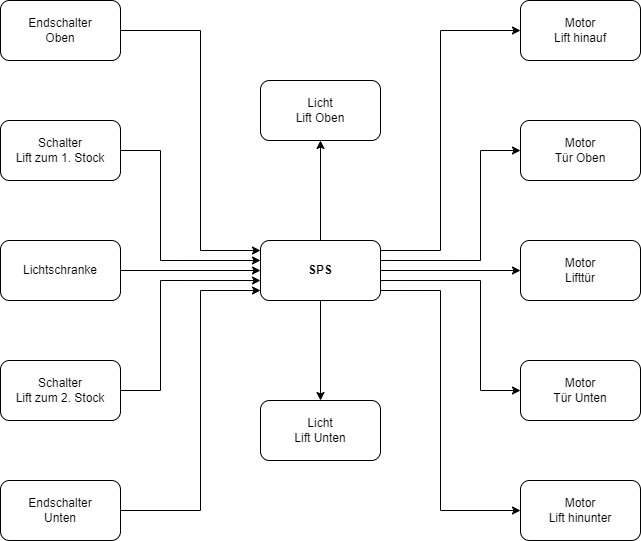
Before: images/Blockschaltbild.png, a diagram exported from draw.io (hampoelz/HTL_Lastenlift). Source tidied: cells renumbered, new cells last; positions are measured from the earlier drawing's top-left corner, leaving out a move shared by most shapes. The source it was exported from:
```xml
<mxGraphModel>
  <root>
    <mxCell id="0" />
    <mxCell id="1" parent="0" />
    <mxCell id="2" value="SPS" style="rounded=1;whiteSpace=wrap;html=1;fontStyle=1;" parent="1" vertex="1">
      <mxGeometry x="260" y="240" width="120" height="60" as="geometry" />
    </mxCell>
    <mxCell id="3" value="Licht&lt;br&gt;Lift Oben" style="rounded=1;whiteSpace=wrap;html=1;" parent="1" vertex="1">
      <mxGeometry x="260" y="80" width="120" height="60" as="geometry" />
    </mxCell>
    <mxCell id="4" value="Licht&lt;br&gt;Lift Unten" style="rounded=1;whiteSpace=wrap;html=1;" parent="1" vertex="1">
      <mxGeometry x="260" y="400" width="120" height="60" as="geometry" />
    </mxCell>
    <mxCell id="5" value="Schalter&lt;br&gt;Lift zum 1. Stock" style="rounded=1;whiteSpace=wrap;html=1;" parent="1" vertex="1">
      <mxGeometry y="120" width="120" height="60" as="geometry" />
    </mxCell>
    <mxCell id="6" value="Lichtschranke" style="rounded=1;whiteSpace=wrap;html=1;" parent="1" vertex="1">
      <mxGeometry y="240" width="120" height="60" as="geometry" />
    </mxCell>
    <mxCell id="7" value="Endschalter&lt;br&gt;Oben" style="rounded=1;whiteSpace=wrap;html=1;" parent="1" vertex="1">
      <mxGeometry width="120" height="60" as="geometry" />
    </mxCell>
    <mxCell id="8" value="Schalter&lt;br&gt;Lift zum 2. Stock" style="rounded=1;whiteSpace=wrap;html=1;" parent="1" vertex="1">
      <mxGeometry y="360" width="120" height="60" as="geometry" />
    </mxCell>
    <mxCell id="9" value="Endschalter&lt;br&gt;Unten" style="rounded=1;whiteSpace=wrap;html=1;" parent="1" vertex="1">
      <mxGeometry y="480" width="120" height="60" as="geometry" />
    </mxCell>
    <mxCell id="10" value="Motor&lt;br&gt;Tür Oben" style="rounded=1;whiteSpace=wrap;html=1;" parent="1" vertex="1">
      <mxGeometry x="520" y="120" width="120" height="60" as="geometry" />
    </mxCell>
    <mxCell id="11" value="Motor&lt;br&gt;Lifttür" style="rounded=1;whiteSpace=wrap;html=1;" parent="1" vertex="1">
      <mxGeometry x="520" y="240" width="120" height="60" as="geometry" />
    </mxCell>
    <mxCell id="12" value="Motor&lt;br&gt;Lift hinauf" style="rounded=1;whiteSpace=wrap;html=1;" parent="1" vertex="1">
      <mxGeometry x="520" width="120" height="60" as="geometry" />
    </mxCell>
    <mxCell id="13" value="Motor&lt;br&gt;Tür Unten" style="rounded=1;whiteSpace=wrap;html=1;" parent="1" vertex="1">
      <mxGeometry x="520" y="360" width="120" height="60" as="geometry" />
    </mxCell>
    <mxCell id="14" value="Motor&lt;br&gt;Lift hinunter" style="rounded=1;whiteSpace=wrap;html=1;" parent="1" vertex="1">
      <mxGeometry x="520" y="480" width="120" height="60" as="geometry" />
    </mxCell>
    <mxCell id="15" style="endArrow=classic;html=1;rounded=0;exitX=1;exitY=0.5;exitDx=0;exitDy=0;entryX=0;entryY=0.167;entryDx=0;entryDy=0;entryPerimeter=0;" parent="1" edge="1" source="7" target="2">
      <mxGeometry relative="1" as="geometry">
        <Array as="points">
          <mxPoint x="200" y="30" />
          <mxPoint x="200" y="250" />
        </Array>
      </mxGeometry>
    </mxCell>
    <mxCell id="16" style="endArrow=classic;html=1;rounded=0;exitX=1;exitY=0.5;exitDx=0;exitDy=0;entryX=0;entryY=0.333;entryDx=0;entryDy=0;entryPerimeter=0;" parent="1" edge="1" source="5" target="2">
      <mxGeometry relative="1" as="geometry">
        <Array as="points">
          <mxPoint x="160" y="150" />
          <mxPoint x="160" y="260" />
        </Array>
      </mxGeometry>
    </mxCell>
    <mxCell id="17" style="endArrow=classic;html=1;rounded=0;exitX=1;exitY=0.5;exitDx=0;exitDy=0;entryX=0;entryY=0.5;entryDx=0;entryDy=0;" parent="1" edge="1" source="6" target="2">
      <mxGeometry relative="1" as="geometry" />
    </mxCell>
    <mxCell id="18" style="endArrow=classic;html=1;rounded=0;exitX=1;exitY=0.5;exitDx=0;exitDy=0;entryX=0;entryY=0.667;entryDx=0;entryDy=0;entryPerimeter=0;" parent="1" edge="1" source="8" target="2">
      <mxGeometry relative="1" as="geometry">
        <Array as="points">
          <mxPoint x="160" y="390" />
          <mxPoint x="160" y="280" />
        </Array>
      </mxGeometry>
    </mxCell>
    <mxCell id="19" style="endArrow=classic;html=1;rounded=0;exitX=1;exitY=0.5;exitDx=0;exitDy=0;" parent="1" edge="1" source="9">
      <mxGeometry relative="1" as="geometry">
        <mxPoint x="260" y="290" as="targetPoint" />
        <Array as="points">
          <mxPoint x="200" y="510" />
          <mxPoint x="200" y="290" />
        </Array>
      </mxGeometry>
    </mxCell>
    <mxCell id="20" style="endArrow=classic;html=1;rounded=0;exitX=1;exitY=0.5;exitDx=0;exitDy=0;entryX=0;entryY=0.5;entryDx=0;entryDy=0;" parent="1" edge="1" source="2" target="11">
      <mxGeometry relative="1" as="geometry" />
    </mxCell>
    <mxCell id="21" style="endArrow=classic;html=1;rounded=0;exitX=1;exitY=0.167;exitDx=0;exitDy=0;exitPerimeter=0;entryX=0;entryY=0.5;entryDx=0;entryDy=0;" parent="1" edge="1" source="2" target="12">
      <mxGeometry relative="1" as="geometry">
        <Array as="points">
          <mxPoint x="440" y="250" />
          <mxPoint x="440" y="30" />
        </Array>
      </mxGeometry>
    </mxCell>
    <mxCell id="22" style="endArrow=classic;html=1;rounded=0;exitX=1;exitY=0.333;exitDx=0;exitDy=0;exitPerimeter=0;entryX=0;entryY=0.5;entryDx=0;entryDy=0;" parent="1" edge="1" source="2" target="10">
      <mxGeometry relative="1" as="geometry">
        <Array as="points">
          <mxPoint x="480" y="260" />
          <mxPoint x="480" y="150" />
        </Array>
      </mxGeometry>
    </mxCell>
    <mxCell id="23" style="endArrow=classic;html=1;rounded=0;exitX=1;exitY=0.833;exitDx=0;exitDy=0;exitPerimeter=0;entryX=0;entryY=0.5;entryDx=0;entryDy=0;" parent="1" edge="1" source="2" target="14">
      <mxGeometry relative="1" as="geometry">
        <Array as="points">
          <mxPoint x="440" y="290" />
          <mxPoint x="440" y="510" />
        </Array>
      </mxGeometry>
    </mxCell>
    <mxCell id="24" style="endArrow=classic;html=1;rounded=0;exitX=1;exitY=0.667;exitDx=0;exitDy=0;exitPerimeter=0;entryX=0;entryY=0.5;entryDx=0;entryDy=0;" parent="1" edge="1" source="2" target="13">
      <mxGeometry relative="1" as="geometry">
        <Array as="points">
          <mxPoint x="480" y="280" />
          <mxPoint x="480" y="390" />
        </Array>
      </mxGeometry>
    </mxCell>
    <mxCell id="25" style="endArrow=classic;html=1;rounded=0;exitX=0.5;exitY=0;exitDx=0;exitDy=0;entryX=0.5;entryY=1;entryDx=0;entryDy=0;" parent="1" edge="1" source="2" target="3">
      <mxGeometry relative="1" as="geometry" />
    </mxCell>
    <mxCell id="26" style="endArrow=classic;html=1;rounded=0;exitX=0.5;exitY=1;exitDx=0;exitDy=0;entryX=0.5;entryY=0;entryDx=0;entryDy=0;" parent="1" edge="1" source="2" target="4">
      <mxGeometry relative="1" as="geometry" />
    </mxCell>
  </root>
</mxGraphModel>
```
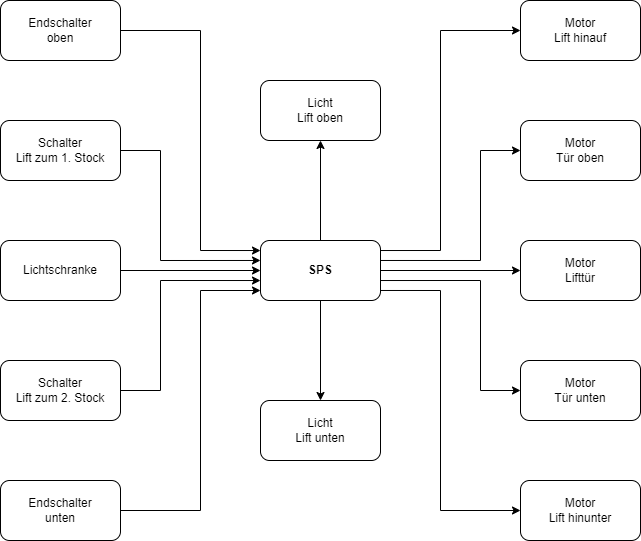
After the change.

What changed in the source:
```diff
@@ -5,10 +5,10 @@
     <mxCell id="2" value="SPS" style="rounded=1;whiteSpace=wrap;html=1;fontStyle=1;" parent="1" vertex="1">
       <mxGeometry x="260" y="240" width="120" height="60" as="geometry" />
     </mxCell>
-    <mxCell id="3" value="Licht&lt;br&gt;Lift Oben" style="rounded=1;whiteSpace=wrap;html=1;" parent="1" vertex="1">
+    <mxCell id="3" value="Licht&lt;br&gt;Lift oben" style="rounded=1;whiteSpace=wrap;html=1;" parent="1" vertex="1">
       <mxGeometry x="260" y="80" width="120" height="60" as="geometry" />
     </mxCell>
-    <mxCell id="4" value="Licht&lt;br&gt;Lift Unten" style="rounded=1;whiteSpace=wrap;html=1;" parent="1" vertex="1">
+    <mxCell id="4" value="Licht&lt;br&gt;Lift unten" style="rounded=1;whiteSpace=wrap;html=1;" parent="1" vertex="1">
       <mxGeometry x="260" y="400" width="120" height="60" as="geometry" />
     </mxCell>
     <mxCell id="5" value="Schalter&lt;br&gt;Lift zum 1. Stock" style="rounded=1;whiteSpace=wrap;html=1;" parent="1" vertex="1">
@@ -17,16 +17,16 @@
     <mxCell id="6" value="Lichtschranke" style="rounded=1;whiteSpace=wrap;html=1;" parent="1" vertex="1">
       <mxGeometry y="240" width="120" height="60" as="geometry" />
     </mxCell>
-    <mxCell id="7" value="Endschalter&lt;br&gt;Oben" style="rounded=1;whiteSpace=wrap;html=1;" parent="1" vertex="1">
+    <mxCell id="7" value="Endschalter&lt;br&gt;oben" style="rounded=1;whiteSpace=wrap;html=1;" parent="1" vertex="1">
       <mxGeometry width="120" height="60" as="geometry" />
     </mxCell>
     <mxCell id="8" value="Schalter&lt;br&gt;Lift zum 2. Stock" style="rounded=1;whiteSpace=wrap;html=1;" parent="1" vertex="1">
       <mxGeometry y="360" width="120" height="60" as="geometry" />
     </mxCell>
-    <mxCell id="9" value="Endschalter&lt;br&gt;Unten" style="rounded=1;whiteSpace=wrap;html=1;" parent="1" vertex="1">
+    <mxCell id="9" value="Endschalter&lt;br&gt;unten" style="rounded=1;whiteSpace=wrap;html=1;" parent="1" vertex="1">
       <mxGeometry y="480" width="120" height="60" as="geometry" />
     </mxCell>
-    <mxCell id="10" value="Motor&lt;br&gt;Tür Oben" style="rounded=1;whiteSpace=wrap;html=1;" parent="1" vertex="1">
+    <mxCell id="10" value="Motor&lt;br&gt;Tür oben" style="rounded=1;whiteSpace=wrap;html=1;" parent="1" vertex="1">
       <mxGeometry x="520" y="120" width="120" height="60" as="geometry" />
     </mxCell>
     <mxCell id="11" value="Motor&lt;br&gt;Lifttür" style="rounded=1;whiteSpace=wrap;html=1;" parent="1" vertex="1">
@@ -35,7 +35,7 @@
     <mxCell id="12" value="Motor&lt;br&gt;Lift hinauf" style="rounded=1;whiteSpace=wrap;html=1;" parent="1" vertex="1">
       <mxGeometry x="520" width="120" height="60" as="geometry" />
     </mxCell>
-    <mxCell id="13" value="Motor&lt;br&gt;Tür Unten" style="rounded=1;whiteSpace=wrap;html=1;" parent="1" vertex="1">
+    <mxCell id="13" value="Motor&lt;br&gt;Tür unten" style="rounded=1;whiteSpace=wrap;html=1;" parent="1" vertex="1">
       <mxGeometry x="520" y="360" width="120" height="60" as="geometry" />
     </mxCell>
     <mxCell id="14" value="Motor&lt;br&gt;Lift hinunter" style="rounded=1;whiteSpace=wrap;html=1;" parent="1" vertex="1">
```
